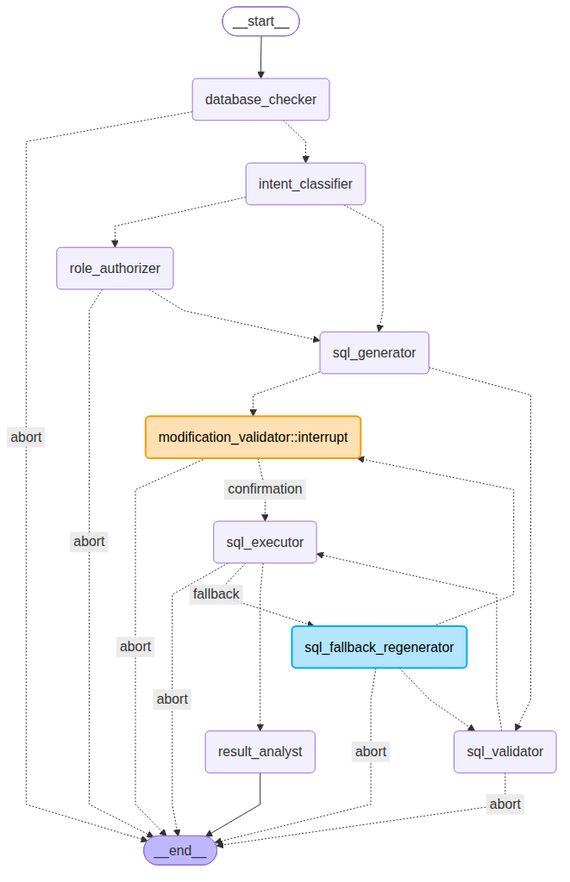
victorhaguet/sql-analyser-copilot keeps this Mermaid diagram as docs/graph.png. Above is the earlier version. Its source is kept beside it as docs/graph.mermaid.
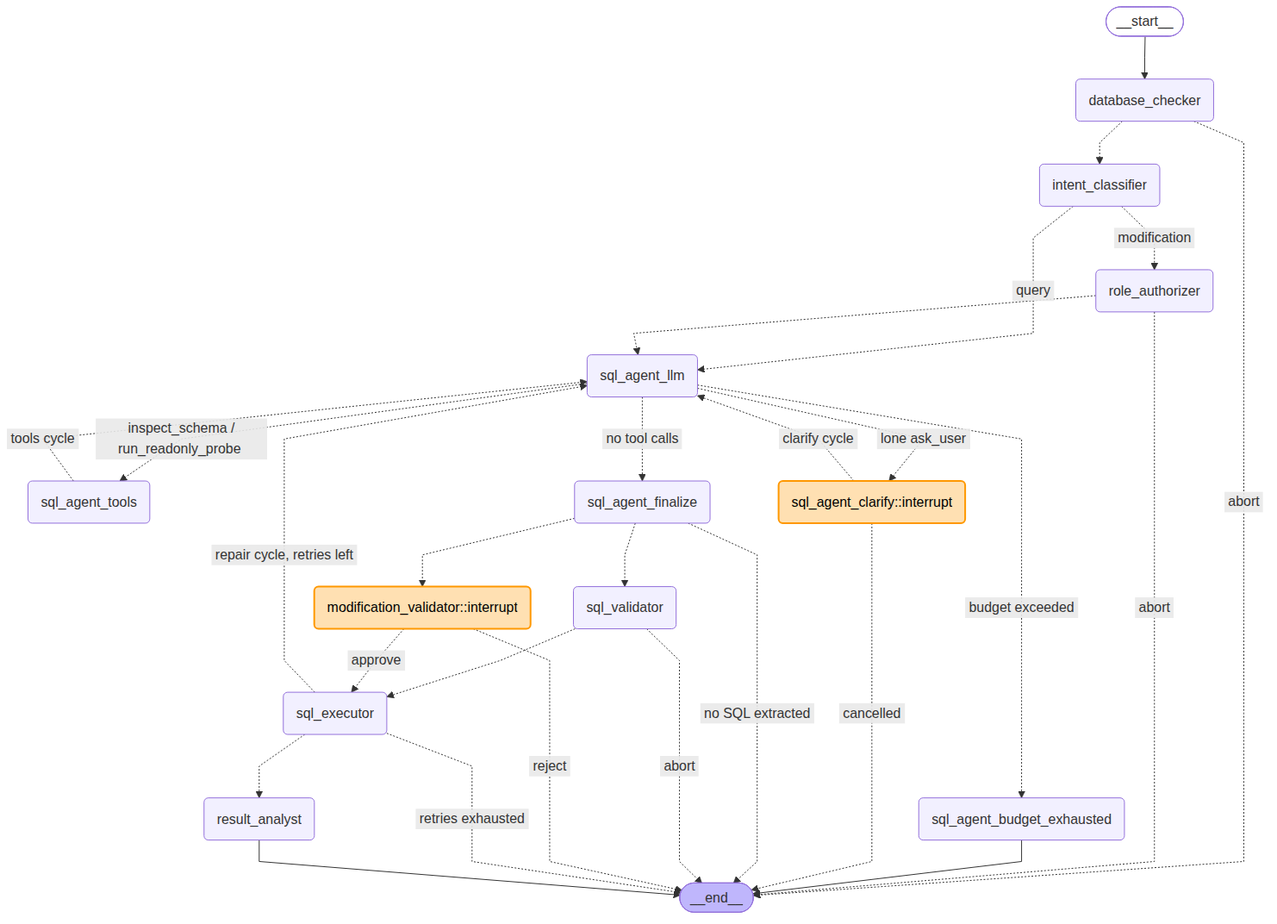
The same file after the commit.

Change to the diagram source:
```diff
@@ -8,37 +8,45 @@
 	database_checker(database_checker)
 	intent_classifier(intent_classifier)
 	role_authorizer(role_authorizer)
-	sql_generator(sql_generator)
+	sql_agent_llm(sql_agent_llm)
+	sql_agent_tools(sql_agent_tools)
+	sql_agent_clarify(sql_agent_clarify::interrupt)
+	sql_agent_finalize(sql_agent_finalize)
+	sql_agent_budget_exhausted(sql_agent_budget_exhausted)
 	sql_validator(sql_validator)
 	modification_validator(modification_validator::interrupt)
 	sql_executor(sql_executor)
-	sql_fallback_regenerator(sql_fallback_regenerator)
 	result_analyst(result_analyst)
 	__end__([<p>__end__</p>]):::last
 	__start__ --> database_checker;
 	database_checker -. &nbsp;abort&nbsp; .-> __end__;
 	database_checker -.-> intent_classifier;
-	intent_classifier -.-> role_authorizer;
-	intent_classifier -.-> sql_generator;
-	modification_validator -. &nbsp;abort&nbsp; .-> __end__;
-	modification_validator -. &nbsp;confirmation&nbsp; .-> sql_executor;
+	intent_classifier -. &nbsp;modification&nbsp; .-> role_authorizer;
+	intent_classifier -. &nbsp;query&nbsp; .-> sql_agent_llm;
 	role_authorizer -. &nbsp;abort&nbsp; .-> __end__;
-	role_authorizer -.-> sql_generator;
-	sql_executor -. &nbsp;abort&nbsp; .-> __end__;
-	sql_executor -. &nbsp;fallback&nbsp; .-> sql_fallback_regenerator;
-	sql_executor -.-> result_analyst;
-	sql_fallback_regenerator -. &nbsp;abort&nbsp; .-> __end__;
-	sql_fallback_regenerator -.-> modification_validator;
-	sql_fallback_regenerator -.-> sql_validator;
-	sql_generator -.-> modification_validator;
-	sql_generator -.-> sql_validator;
+	role_authorizer -.-> sql_agent_llm;
+	sql_agent_llm -. &nbsp;no tool calls&nbsp; .-> sql_agent_finalize;
+	sql_agent_llm -. &nbsp;lone ask_user&nbsp; .-> sql_agent_clarify;
+	sql_agent_llm -. &nbsp;inspect_schema / run_readonly_probe&nbsp; .-> sql_agent_tools;
+	sql_agent_llm -. &nbsp;budget exceeded&nbsp; .-> sql_agent_budget_exhausted;
+	sql_agent_tools -. &nbsp;tools cycle&nbsp; .-> sql_agent_llm;
+	sql_agent_budget_exhausted --> __end__;
+	sql_agent_clarify -. &nbsp;cancelled&nbsp; .-> __end__;
+	sql_agent_clarify -. &nbsp;clarify cycle&nbsp; .-> sql_agent_llm;
+	sql_agent_finalize -. &nbsp;no SQL extracted&nbsp; .-> __end__;
+	sql_agent_finalize -.-> modification_validator;
+	sql_agent_finalize -.-> sql_validator;
 	sql_validator -. &nbsp;abort&nbsp; .-> __end__;
 	sql_validator -.-> sql_executor;
+	modification_validator -. &nbsp;reject&nbsp; .-> __end__;
+	modification_validator -. &nbsp;approve&nbsp; .-> sql_executor;
+	sql_executor -. &nbsp;retries exhausted&nbsp; .-> __end__;
+	sql_executor -. &nbsp;repair cycle, retries left&nbsp; .-> sql_agent_llm;
+	sql_executor -.-> result_analyst;
 	result_analyst --> __end__;
 	classDef default fill:#f2f0ff,line-height:1.2
 	classDef first fill-opacity:0
 	classDef last fill:#bfb6fc
 	classDef interrupt fill:#ffe0b2,stroke:#ff9800,stroke-width:2px,color:#000
-	classDef fallback fill:#b3e5fc,stroke:#03a9f4,stroke-width:2px,color:#000
+	class sql_agent_clarify interrupt
 	class modification_validator interrupt
-	class sql_fallback_regenerator fallback
```
